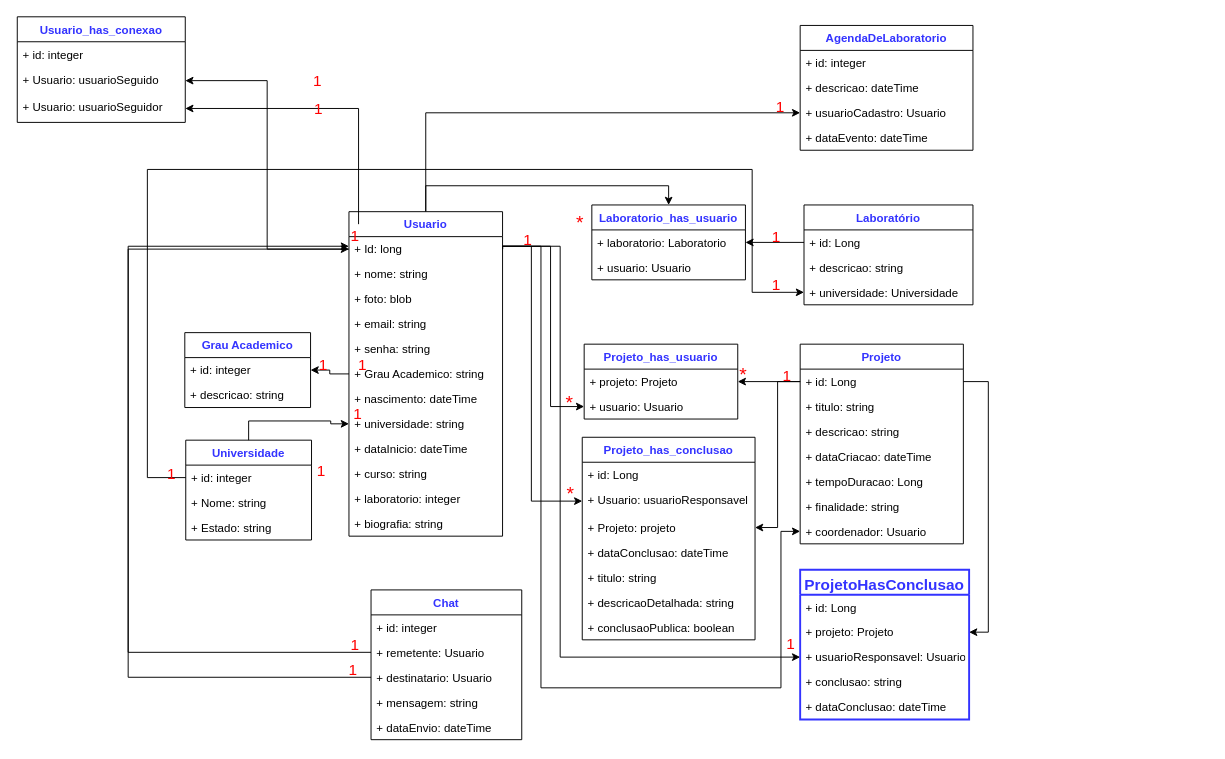
Above: soft-req/socialscience.drawio in dev-rodrigues/ProjetoDeBlocoAspMvc (draw.io), before the change. Source tidied: cells renumbered, new cells numbered last; positions are measured from the earlier drawing's top-left corner, leaving out a move shared by most shapes. Both pictures are drawn from the tidied source at 96%, with x=0, y=0 at pixel (16, 16).
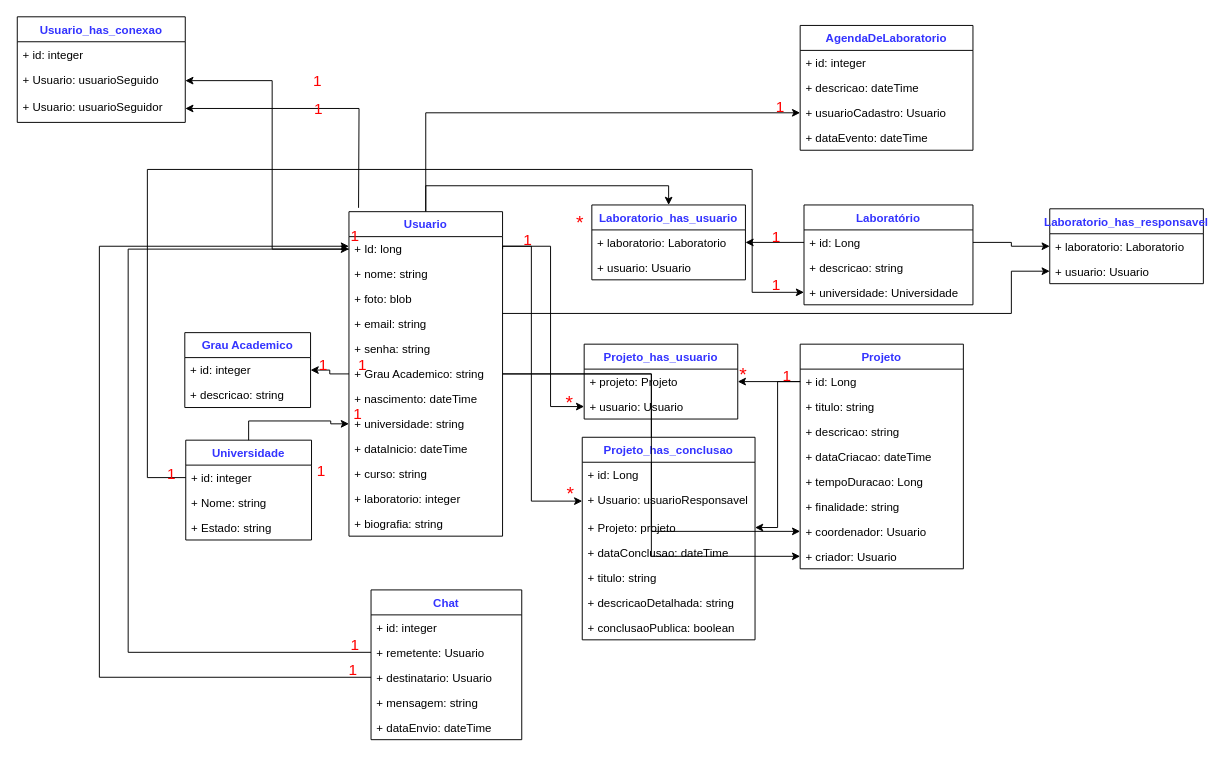
After the change.

Unchanged cells that the change refers to:
```xml
<mxCell id="4" value="Usuario" style="swimlane;fontStyle=1;align=center;verticalAlign=top;horizontal=1;startSize=26;fontColor=#3333FF;" parent="1" vertex="1">
  <mxGeometry x="346" y="203" width="160" height="338" as="geometry" />
</mxCell>
<mxCell id="5" value="+ Id: long&#10;" style="text;strokeColor=none;fillColor=none;align=left;verticalAlign=top;spacingLeft=4;spacingRight=4;overflow=hidden;points=[[0,0.5],[1,0.5]];portConstraint=eastwest;" parent="4" vertex="1">
  <mxGeometry y="26" width="160" height="26" as="geometry" />
</mxCell>
<mxCell id="10" value="+ Grau Academico: string" style="text;strokeColor=none;fillColor=none;align=left;verticalAlign=top;spacingLeft=4;spacingRight=4;overflow=hidden;points=[[0,0.5],[1,0.5]];portConstraint=eastwest;" parent="4" vertex="1">
  <mxGeometry y="156" width="160" height="26" as="geometry" />
</mxCell>
<mxCell id="21" value="+ id: Long" style="text;strokeColor=none;fillColor=none;align=left;verticalAlign=top;spacingLeft=4;spacingRight=4;overflow=hidden;points=[[0,0.5],[1,0.5]];portConstraint=eastwest;" parent="20" vertex="1">
  <mxGeometry y="26" width="176" height="26" as="geometry" />
</mxCell>
<mxCell id="29" value="+ id: Long" style="text;strokeColor=none;fillColor=none;align=left;verticalAlign=top;spacingLeft=4;spacingRight=4;overflow=hidden;points=[[0,0.5],[1,0.5]];portConstraint=eastwest;" parent="28" vertex="1">
  <mxGeometry y="26" width="170" height="26" as="geometry" />
</mxCell>
<mxCell id="71" value="+ destinatario: Usuario" style="text;strokeColor=none;fillColor=none;align=left;verticalAlign=top;spacingLeft=4;spacingRight=4;overflow=hidden;points=[[0,0.5],[1,0.5]];portConstraint=eastwest;" parent="68" vertex="1">
  <mxGeometry y="78" width="157" height="26" as="geometry" />
</mxCell>
<mxCell id="77" value="1" style="text;html=1;points=[];align=left;verticalAlign=top;spacingTop=-4;fontSize=16;fontColor=#FF0000;" parent="1" vertex="1">
  <mxGeometry x="346" y="216" width="20" height="20" as="geometry" />
</mxCell>
<mxCell id="80" value="+ Usuario: usuarioSeguido" style="text;strokeColor=none;fillColor=none;align=left;verticalAlign=top;spacingLeft=4;spacingRight=4;overflow=hidden;points=[[0,0.5],[1,0.5]];portConstraint=eastwest;" parent="78" vertex="1">
  <mxGeometry y="52" width="175" height="29" as="geometry" />
</mxCell>
<mxCell id="81" value="+ Usuario: usuarioSeguidor" style="text;strokeColor=none;fillColor=none;align=left;verticalAlign=top;spacingLeft=4;spacingRight=4;overflow=hidden;points=[[0,0.5],[1,0.5]];portConstraint=eastwest;" parent="78" vertex="1">
  <mxGeometry y="81" width="175" height="29" as="geometry" />
</mxCell>
```

The edit, as a diff of the source:
```diff
@@
+    <mxCell id="106" style="edgeStyle=orthogonalEdgeStyle;rounded=0;jettySize=auto;html=1;entryX=0;entryY=0.5;entryDx=0;entryDy=0;" parent="1" edge="1" source="4" target="107">
+      <mxGeometry relative="1" as="geometry" />
+    </mxCell>
@@
     <mxCell id="28" value="Projeto" style="swimlane;fontStyle=1;align=center;verticalAlign=top;horizontal=1;startSize=26;fontColor=#3333FF;" parent="1" vertex="1">
-      <mxGeometry x="816" y="341" width="170" height="208" as="geometry" />
+      <mxGeometry x="816" y="341" width="170" height="234" as="geometry" />
     </mxCell>
@@
+    <mxCell id="107" value="+ coordenador: Usuario" style="text;strokeColor=none;fillColor=none;align=left;verticalAlign=top;spacingLeft=4;spacingRight=4;overflow=hidden;points=[[0,0.5],[1,0.5]];portConstraint=eastwest;" parent="28" vertex="1">
+      <mxGeometry y="182" width="170" height="26" as="geometry" />
+    </mxCell>
-    <mxCell id="35" value="+ coordenador: Usuario" style="text;strokeColor=none;fillColor=none;align=left;verticalAlign=top;spacingLeft=4;spacingRight=4;overflow=hidden;points=[[0,0.5],[1,0.5]];portConstraint=eastwest;" parent="28" vertex="1">
-      <mxGeometry y="182" width="170" height="26" as="geometry" />
+    <mxCell id="35" value="+ criador: Usuario" style="text;strokeColor=none;fillColor=none;align=left;verticalAlign=top;spacingLeft=4;spacingRight=4;overflow=hidden;points=[[0,0.5],[1,0.5]];portConstraint=eastwest;" parent="28" vertex="1">
+      <mxGeometry y="208" width="170" height="26" as="geometry" />
     </mxCell>
@@
-    <mxCell id="76" style="edgeStyle=orthogonalEdgeStyle;rounded=0;jettySize=auto;html=1;entryX=1;entryY=0.5;entryDx=0;entryDy=0;" parent="1" edge="1" source="77" target="81">
-      <mxGeometry relative="1" as="geometry" />
+    <mxCell id="76" style="edgeStyle=orthogonalEdgeStyle;rounded=0;jettySize=auto;html=1;entryX=1;entryY=0.5;entryDx=0;entryDy=0;" parent="1" edge="1" target="81">
+      <mxGeometry relative="1" as="geometry">
+        <mxPoint x="356" y="199" as="sourcePoint" />
+      </mxGeometry>
     </mxCell>
@@
-    <mxCell id="90" style="edgeStyle=orthogonalEdgeStyle;rounded=0;jettySize=auto;html=1;exitX=1;exitY=0.5;exitDx=0;exitDy=0;entryX=0;entryY=0.5;entryDx=0;entryDy=0;fontSize=16;fontColor=#FF0000;" parent="1" edge="1" source="5" target="35">
-      <mxGeometry relative="1" as="geometry">
-        <Array as="points">
-          <mxPoint x="546" y="239" />
-          <mxPoint x="546" y="699" />
-          <mxPoint x="796" y="699" />
-          <mxPoint x="796" y="536" />
-        </Array>
-      </mxGeometry>
-    </mxCell>
@@
-    <mxCell id="94" value="ProjetoHasConclusao" style="swimlane;fontStyle=1;align=center;verticalAlign=top;horizontal=1;startSize=26;strokeColor=#3333FF;strokeWidth=2;fontSize=16;fontColor=#3333FF;" parent="1" vertex="1">
-      <mxGeometry x="816" y="576" width="176" height="156" as="geometry" />
-    </mxCell>
-    <mxCell id="95" value="+ id: Long" style="text;strokeColor=none;fillColor=none;align=left;verticalAlign=top;spacingLeft=4;spacingRight=4;overflow=hidden;" parent="94" vertex="1">
-      <mxGeometry y="26" width="176" height="26" as="geometry" />
-    </mxCell>
-    <mxCell id="96" value="+ projeto: Projeto" style="text;strokeColor=none;fillColor=none;align=left;verticalAlign=top;spacingLeft=4;spacingRight=4;overflow=hidden;points=[[0,0.5],[1,0.5]];portConstraint=eastwest;" parent="94" vertex="1">
-      <mxGeometry y="52" width="176" height="26" as="geometry" />
-    </mxCell>
-    <mxCell id="97" value="+ usuarioResponsavel: Usuario" style="text;strokeColor=none;fillColor=none;align=left;verticalAlign=top;spacingLeft=4;spacingRight=4;overflow=hidden;points=[[0,0.5],[1,0.5]];portConstraint=eastwest;" parent="94" vertex="1">
-      <mxGeometry y="78" width="176" height="26" as="geometry" />
-    </mxCell>
-    <mxCell id="98" value="+ conclusao: string" style="text;strokeColor=none;fillColor=none;align=left;verticalAlign=top;spacingLeft=4;spacingRight=4;overflow=hidden;" parent="94" vertex="1">
-      <mxGeometry y="104" width="176" height="26" as="geometry" />
-    </mxCell>
-    <mxCell id="99" value="+ dataConclusao: dateTime" style="text;strokeColor=none;fillColor=none;align=left;verticalAlign=top;spacingLeft=4;spacingRight=4;overflow=hidden;" parent="94" vertex="1">
-      <mxGeometry y="130" width="176" height="26" as="geometry" />
-    </mxCell>
-    <mxCell id="100" style="edgeStyle=orthogonalEdgeStyle;rounded=0;jettySize=auto;html=1;exitX=1;exitY=0.5;exitDx=0;exitDy=0;entryX=1;entryY=0.5;entryDx=0;entryDy=0;fontSize=16;fontColor=#3333FF;" parent="1" edge="1" source="29" target="96">
-      <mxGeometry relative="1" as="geometry" />
-    </mxCell>
-    <mxCell id="101" style="edgeStyle=orthogonalEdgeStyle;rounded=0;jettySize=auto;html=1;exitX=1;exitY=0.5;exitDx=0;exitDy=0;entryX=0;entryY=0.5;entryDx=0;entryDy=0;fontSize=16;fontColor=#3333FF;" parent="1" edge="1" source="5" target="97">
-      <mxGeometry relative="1" as="geometry">
-        <Array as="points">
-          <mxPoint x="566" y="239" />
-          <mxPoint x="566" y="667" />
-        </Array>
-      </mxGeometry>
-    </mxCell>
-    <mxCell id="102" value="1" style="text;html=1;align=left;verticalAlign=top;spacingTop=-4;fontColor=#FF0000;strokeWidth=2;fontSize=16;" parent="1" vertex="1">
-      <mxGeometry x="800" y="641" width="20" height="10" as="geometry" />
-    </mxCell>
     <mxCell id="103" style="edgeStyle=orthogonalEdgeStyle;rounded=0;jettySize=auto;html=1;exitX=0;exitY=0.5;exitDx=0;exitDy=0;entryX=1;entryY=0.5;entryDx=0;entryDy=0;" parent="1" edge="1" source="5" target="80">
-      <mxGeometry relative="1" as="geometry" />
+      <mxGeometry relative="1" as="geometry">
+        <Array as="points">
+          <mxPoint x="266" y="242" />
+          <mxPoint x="266" y="67" />
+        </Array>
+      </mxGeometry>
     </mxCell>
@@
     <mxCell id="105" style="edgeStyle=orthogonalEdgeStyle;rounded=0;jettySize=auto;html=1;exitX=0;exitY=0.5;exitDx=0;exitDy=0;entryX=0;entryY=1.15;entryDx=0;entryDy=0;entryPerimeter=0;" parent="1" edge="1" source="71" target="77">
       <mxGeometry relative="1" as="geometry">
         <Array as="points">
-          <mxPoint x="116" y="688" />
-          <mxPoint x="116" y="239" />
+          <mxPoint x="86" y="688" />
+          <mxPoint x="86" y="239" />
         </Array>
       </mxGeometry>
     </mxCell>
+    <mxCell id="108" value="Laboratorio_has_responsavel" style="swimlane;fontStyle=1;align=center;verticalAlign=top;horizontal=1;startSize=26;fontColor=#3333FF;" parent="1" vertex="1">
+      <mxGeometry x="1076" y="200" width="160" height="78" as="geometry" />
+    </mxCell>
+    <mxCell id="109" value="+ laboratorio: Laboratorio" style="text;strokeColor=none;fillColor=none;align=left;verticalAlign=top;spacingLeft=4;spacingRight=4;overflow=hidden;points=[[0,0.5],[1,0.5]];portConstraint=eastwest;" parent="108" vertex="1">
+      <mxGeometry y="26" width="160" height="26" as="geometry" />
+    </mxCell>
+    <mxCell id="110" value="+ usuario: Usuario" style="text;strokeColor=none;fillColor=none;align=left;verticalAlign=top;spacingLeft=4;spacingRight=4;overflow=hidden;points=[[0,0.5],[1,0.5]];portConstraint=eastwest;" parent="108" vertex="1">
+      <mxGeometry y="52" width="160" height="26" as="geometry" />
+    </mxCell>
+    <mxCell id="111" style="edgeStyle=orthogonalEdgeStyle;rounded=0;jettySize=auto;html=1;exitX=1;exitY=0.5;exitDx=0;exitDy=0;entryX=0;entryY=0.5;entryDx=0;entryDy=0;" parent="1" edge="1" source="21" target="109">
+      <mxGeometry relative="1" as="geometry" />
+    </mxCell>
+    <mxCell id="112" style="edgeStyle=orthogonalEdgeStyle;rounded=0;jettySize=auto;html=1;entryX=0;entryY=0.5;entryDx=0;entryDy=0;" parent="1" edge="1" target="110">
+      <mxGeometry relative="1" as="geometry">
+        <mxPoint x="506" y="309" as="sourcePoint" />
+        <Array as="points">
+          <mxPoint x="506" y="309" />
+          <mxPoint x="1036" y="309" />
+          <mxPoint x="1036" y="265" />
+        </Array>
+      </mxGeometry>
+    </mxCell>
+    <mxCell id="113" style="edgeStyle=orthogonalEdgeStyle;rounded=0;jettySize=auto;html=1;exitX=1;exitY=0.5;exitDx=0;exitDy=0;entryX=0;entryY=0.5;entryDx=0;entryDy=0;" parent="1" edge="1" source="10" target="35">
+      <mxGeometry relative="1" as="geometry" />
+    </mxCell>
```
